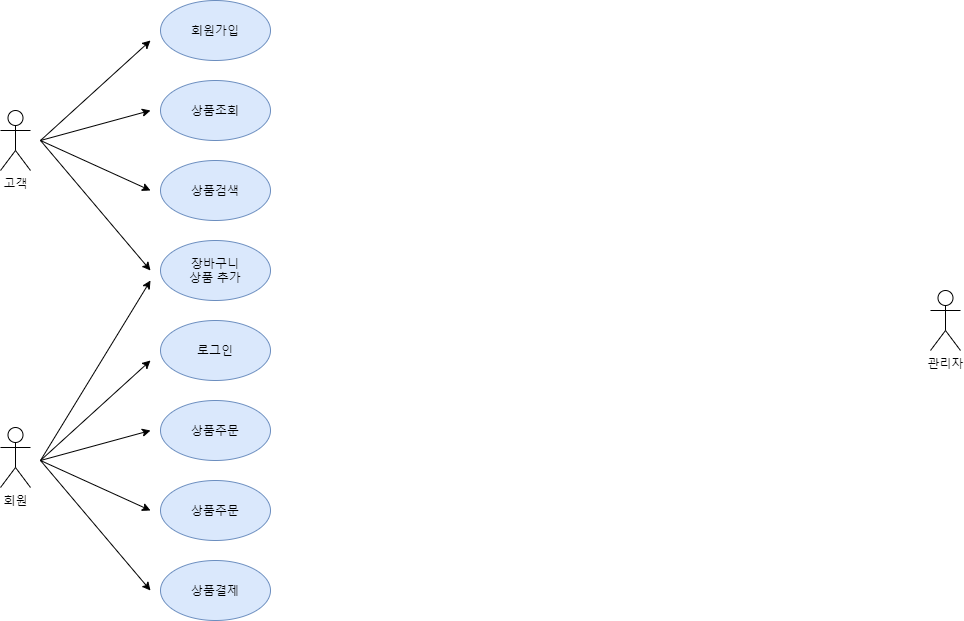
Earlier version of the draw.io export Actor Diagram.png (osiris0607/Project). Source tidied: cells renumbered, new cells last; positions are measured from the earlier drawing's top-left corner, leaving out a move shared by most shapes.
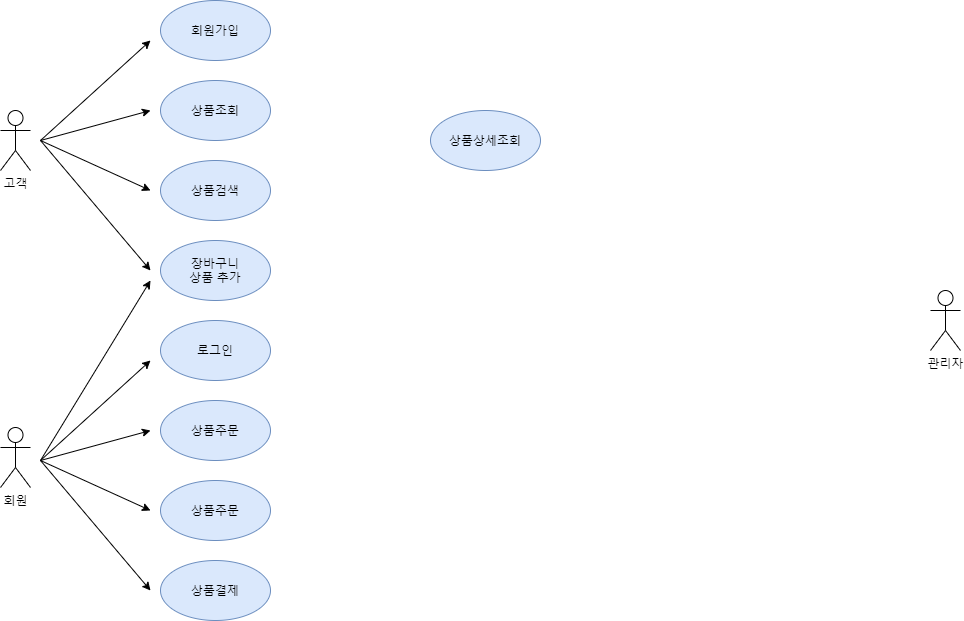
The same file after the commit.

The edit, as a diff of the source:
```diff
@@ -89,5 +89,8 @@
         <mxPoint x="150" y="280" as="targetPoint" />
       </mxGeometry>
     </mxCell>
+    <mxCell id="22" value="상품상세조회" style="ellipse;whiteSpace=wrap;html=1;fillColor=#dae8fc;strokeColor=#6c8ebf;" parent="1" vertex="1">
+      <mxGeometry x="430" y="110" width="110" height="60" as="geometry" />
+    </mxCell>
   </root>
 </mxGraphModel>
```
